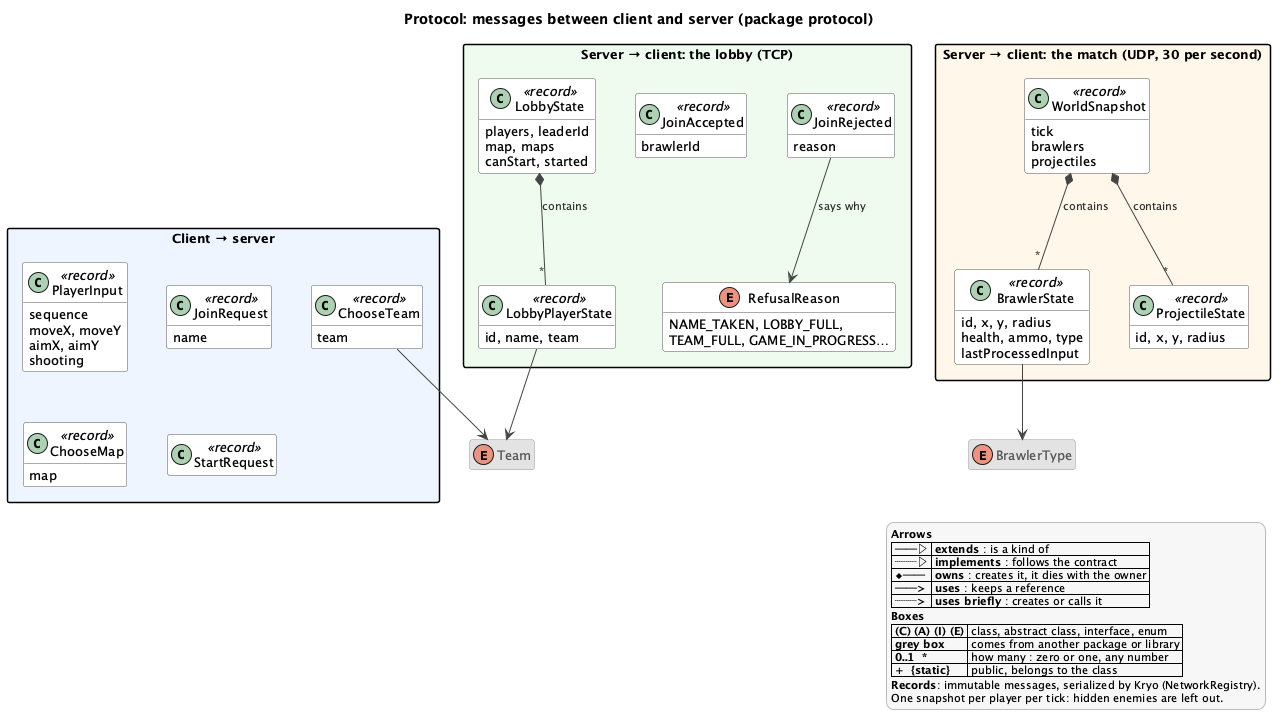
This is docs/uml/protocol.png from louispouillet/2dgame, a PlantUML export, as it was before one commit. The source it was exported from:
```plantuml
@startuml protocol
!include style.iuml
title Protocol: messages between client and server (package protocol)

package "Client → server" #EEF4FF {
    class PlayerInput <<record>> {
        sequence
        moveX, moveY
        aimX, aimY
        shooting
    }
    class JoinRequest <<record>> {
        name
    }
    class ChooseTeam <<record>> {
        team
    }
    class ChooseMap <<record>> {
        map
    }
    class StartRequest <<record>>
}

package "Server → client: the match (UDP, 30 per second)" #FFF6E8 {
    class WorldSnapshot <<record>> {
        tick
        brawlers
        projectiles
    }
    class BrawlerState <<record>> {
        id, x, y, radius
        health, ammo, type
        lastProcessedInput
    }
    class ProjectileState <<record>> {
        id, x, y, radius
    }
}

package "Server → client: the lobby (TCP)" #EEFBEF {
    class LobbyState <<record>> {
        players, leaderId
        map, maps
        canStart, started
    }
    class LobbyPlayerState <<record>> {
        id, name, team
    }
    class JoinAccepted <<record>> {
        brawlerId
    }
    class JoinRejected <<record>> {
        reason
    }
    enum RefusalReason {
        NAME_TAKEN, LOBBY_FULL,
        TEAM_FULL, GAME_IN_PROGRESS…
    }
}

enum Team <<external>>
enum BrawlerType <<external>>

WorldSnapshot *-- "*" BrawlerState : contains
WorldSnapshot *-- "*" ProjectileState : contains
LobbyState *-- "*" LobbyPlayerState : contains
JoinRejected --> RefusalReason : says why
BrawlerState --> BrawlerType
LobbyPlayerState --> Team
ChooseTeam --> Team

$legend("<b>Records</b>: immutable messages, serialized by Kryo (NetworkRegistry).", "One snapshot per player per tick: hidden enemies are left out.")
@enduml
```
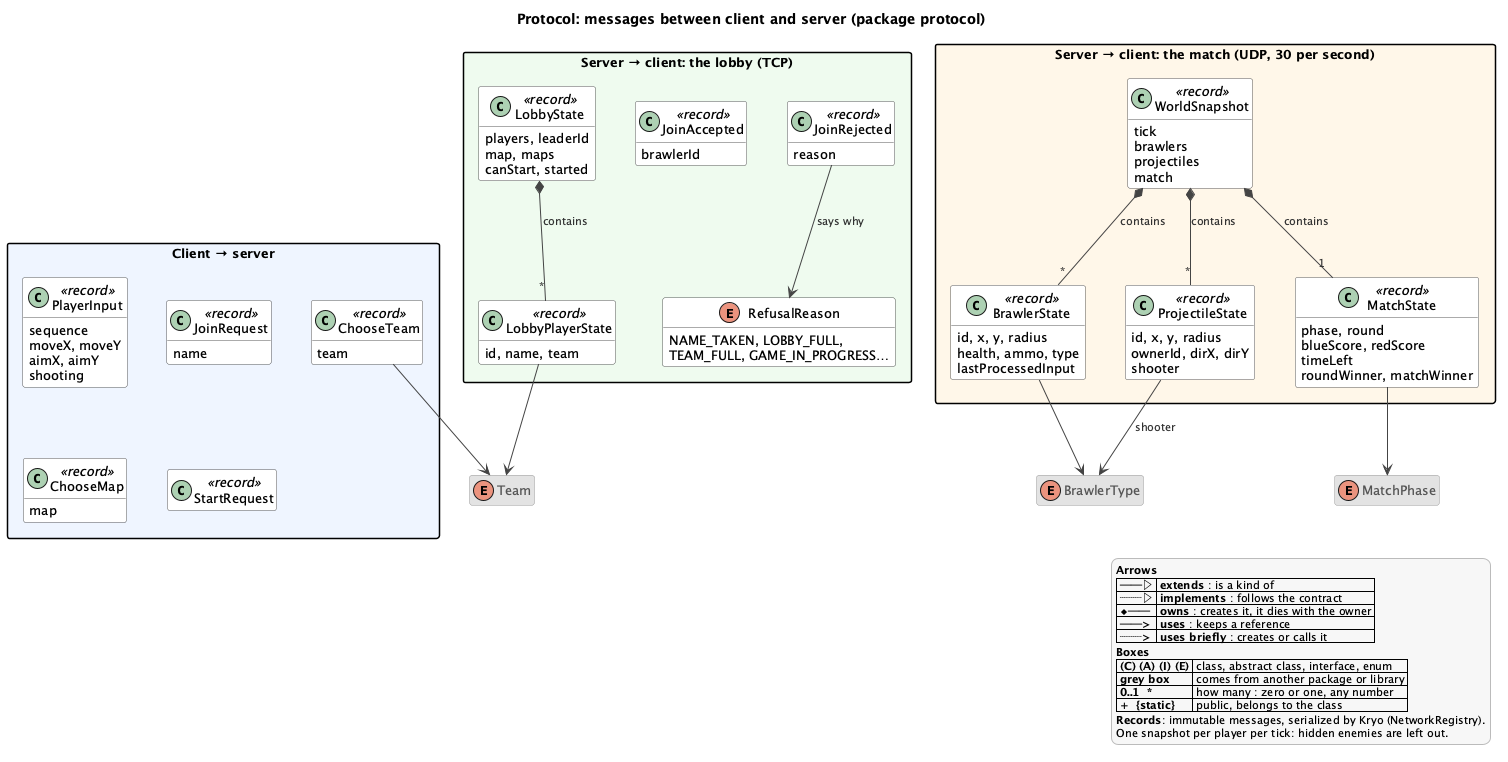
The same diagram one commit later.

Change to the diagram source:
```diff
@@ -26,6 +26,7 @@
         tick
         brawlers
         projectiles
+        match
     }
     class BrawlerState <<record>> {
         id, x, y, radius
@@ -34,6 +35,14 @@
     }
     class ProjectileState <<record>> {
         id, x, y, radius
+        ownerId, dirX, dirY
+        shooter
+    }
+    class MatchState <<record>> {
+        phase, round
+        blueScore, redScore
+        timeLeft
+        roundWinner, matchWinner
     }
 }
 
@@ -60,12 +69,16 @@
 
 enum Team <<external>>
 enum BrawlerType <<external>>
+enum MatchPhase <<external>>
 
 WorldSnapshot *-- "*" BrawlerState : contains
 WorldSnapshot *-- "*" ProjectileState : contains
+WorldSnapshot *-- "1" MatchState : contains
+MatchState --> MatchPhase
 LobbyState *-- "*" LobbyPlayerState : contains
 JoinRejected --> RefusalReason : says why
 BrawlerState --> BrawlerType
+ProjectileState --> BrawlerType : shooter
 LobbyPlayerState --> Team
 ChooseTeam --> Team
 
```
